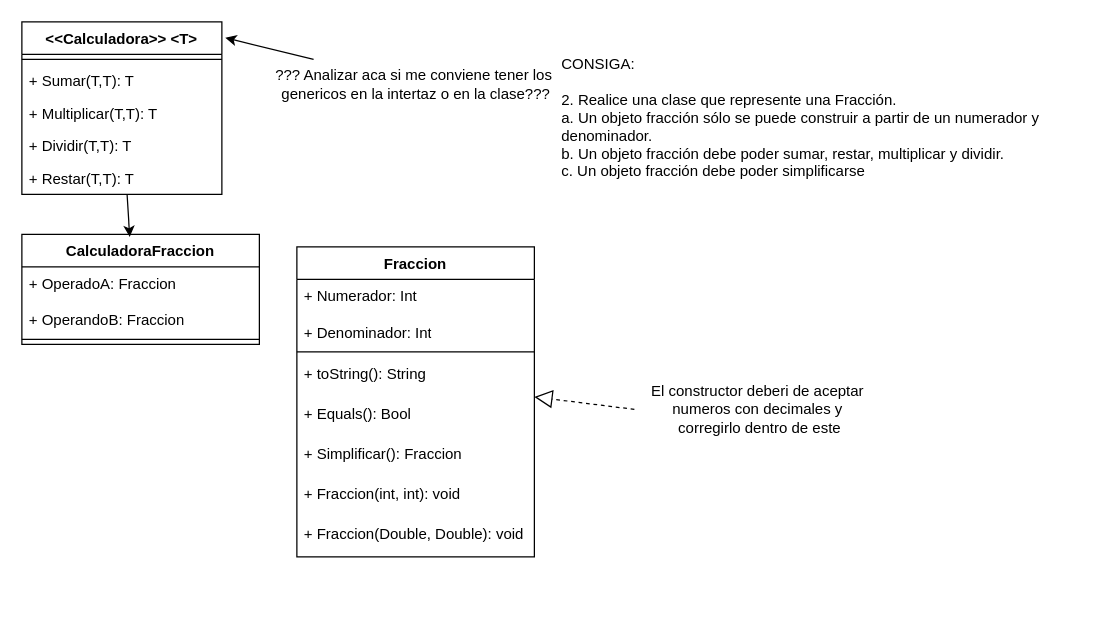
Above: DiagramaDeFlujo.drawio in GlobyteFranco/Ejercicio-Nro.-2-Practica-Orientada-a-Objetos (draw.io), before the change. Source tidied: cells renumbered, new cells numbered last; positions are measured from the earlier drawing's top-left corner, leaving out a move shared by most shapes. Both pictures are drawn from the tidied source at 125%, with x=0, y=0 at pixel (21, 21).
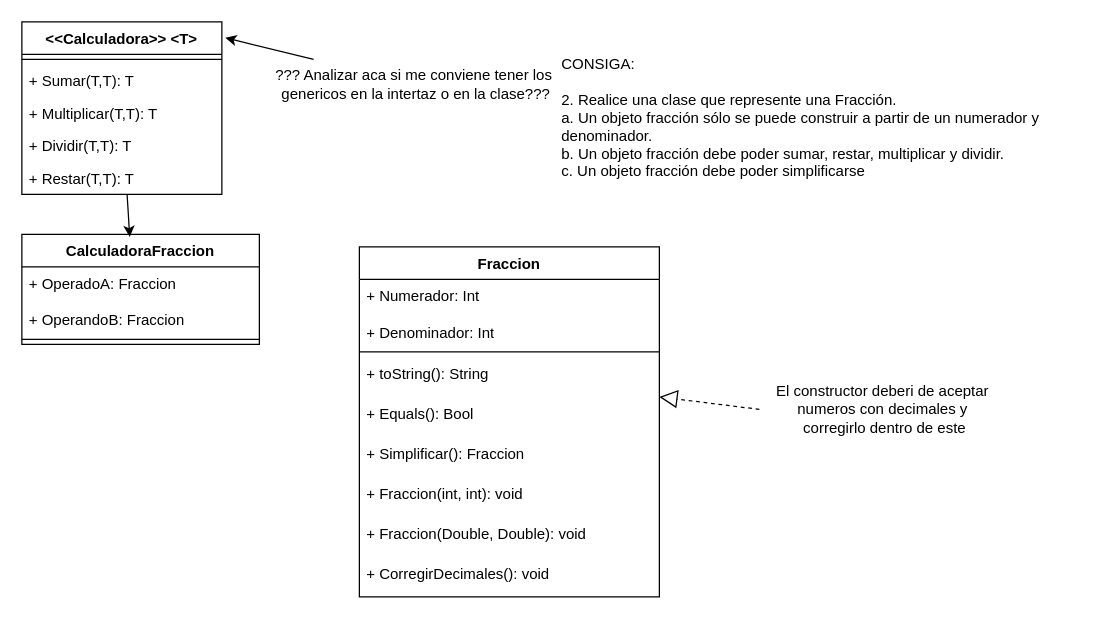
After the change.

The edit, as a diff of the source:
```diff
@@
     <mxCell id="2" value="Fraccion" style="swimlane;fontStyle=1;align=center;verticalAlign=top;horizontal=1;startSize=26;whiteSpace=wrap;html=1;" parent="1" vertex="1">
-      <mxGeometry x="220" y="180" width="190" height="248" as="geometry" />
+      <mxGeometry x="270" y="180" width="240" height="280" as="geometry" />
     </mxCell>
     <mxCell id="3" value="+ Numerador: Int&lt;div&gt;&lt;font color=&quot;#000000&quot;&gt;&lt;br&gt;&lt;/font&gt;+ Denominador: Int&lt;/div&gt;" style="text;strokeColor=none;fillColor=none;align=left;verticalAlign=top;spacingLeft=4;spacingRight=4;overflow=hidden;whiteSpace=wrap;html=1;" parent="2" vertex="1">
-      <mxGeometry y="26" width="190" height="54" as="geometry" />
+      <mxGeometry y="26" width="240" height="54" as="geometry" />
     </mxCell>
     <mxCell id="4" style="line;strokeWidth=1;fillColor=none;align=left;verticalAlign=middle;spacingTop=-1;spacingLeft=3;spacingRight=3;labelPosition=right;strokeColor=inherit;" parent="2" vertex="1">
-      <mxGeometry y="80" width="190" height="8" as="geometry" />
+      <mxGeometry y="80" width="240" height="8" as="geometry" />
     </mxCell>
     <mxCell id="5" value="+ toString(): String" style="text;strokeColor=none;fillColor=none;align=left;verticalAlign=top;spacingLeft=4;spacingRight=4;overflow=hidden;whiteSpace=wrap;html=1;" parent="2" vertex="1">
-      <mxGeometry y="88" width="190" height="32" as="geometry" />
+      <mxGeometry y="88" width="240" height="32" as="geometry" />
     </mxCell>
     <mxCell id="6" value="+ Equals(): Bool" style="text;strokeColor=none;fillColor=none;align=left;verticalAlign=top;spacingLeft=4;spacingRight=4;overflow=hidden;whiteSpace=wrap;html=1;" parent="2" vertex="1">
-      <mxGeometry y="120" width="190" height="32" as="geometry" />
+      <mxGeometry y="120" width="240" height="32" as="geometry" />
     </mxCell>
     <mxCell id="7" value="+ Simplificar(): Fraccion" style="text;strokeColor=none;fillColor=none;align=left;verticalAlign=top;spacingLeft=4;spacingRight=4;overflow=hidden;whiteSpace=wrap;html=1;" parent="2" vertex="1">
-      <mxGeometry y="152" width="190" height="32" as="geometry" />
+      <mxGeometry y="152" width="240" height="32" as="geometry" />
     </mxCell>
     <mxCell id="8" value="+ Fraccion(int, int): void" style="text;strokeColor=none;fillColor=none;align=left;verticalAlign=top;spacingLeft=4;spacingRight=4;overflow=hidden;whiteSpace=wrap;html=1;" parent="2" vertex="1">
-      <mxGeometry y="184" width="190" height="32" as="geometry" />
+      <mxGeometry y="184" width="240" height="32" as="geometry" />
     </mxCell>
     <mxCell id="9" value="+ Fraccion(Double, Double): void" style="text;strokeColor=none;fillColor=none;align=left;verticalAlign=top;spacingLeft=4;spacingRight=4;overflow=hidden;whiteSpace=wrap;html=1;" parent="2" vertex="1">
-      <mxGeometry y="216" width="190" height="32" as="geometry" />
+      <mxGeometry y="216" width="240" height="32" as="geometry" />
     </mxCell>
+    <mxCell id="25" value="+ CorregirDecimales(): void" style="text;strokeColor=none;fillColor=none;align=left;verticalAlign=top;spacingLeft=4;spacingRight=4;overflow=hidden;whiteSpace=wrap;html=1;" parent="2" vertex="1">
+      <mxGeometry y="248" width="240" height="32" as="geometry" />
+    </mxCell>
@@
     <mxCell id="23" style="endArrow=block;dashed=1;endFill=0;endSize=12;html=1;" parent="1" edge="1">
       <mxGeometry relative="1" as="geometry">
-        <mxPoint x="490" y="310" as="sourcePoint" />
-        <mxPoint x="410" y="300" as="targetPoint" />
+        <mxPoint x="590" y="310" as="sourcePoint" />
+        <mxPoint x="510" y="300" as="targetPoint" />
       </mxGeometry>
     </mxCell>
     <mxCell id="24" value="El constructor deberi de aceptar&amp;nbsp;&lt;div&gt;numeros con decimales y&amp;nbsp;&lt;/div&gt;&lt;div&gt;corregirlo dentro de este&lt;/div&gt;" style="text;html=1;align=center;verticalAlign=middle;strokeColor=none;fillColor=none;" parent="1" vertex="1">
-      <mxGeometry x="490" y="280" width="200" height="60" as="geometry" />
+      <mxGeometry x="590" y="280" width="200" height="60" as="geometry" />
     </mxCell>
```
